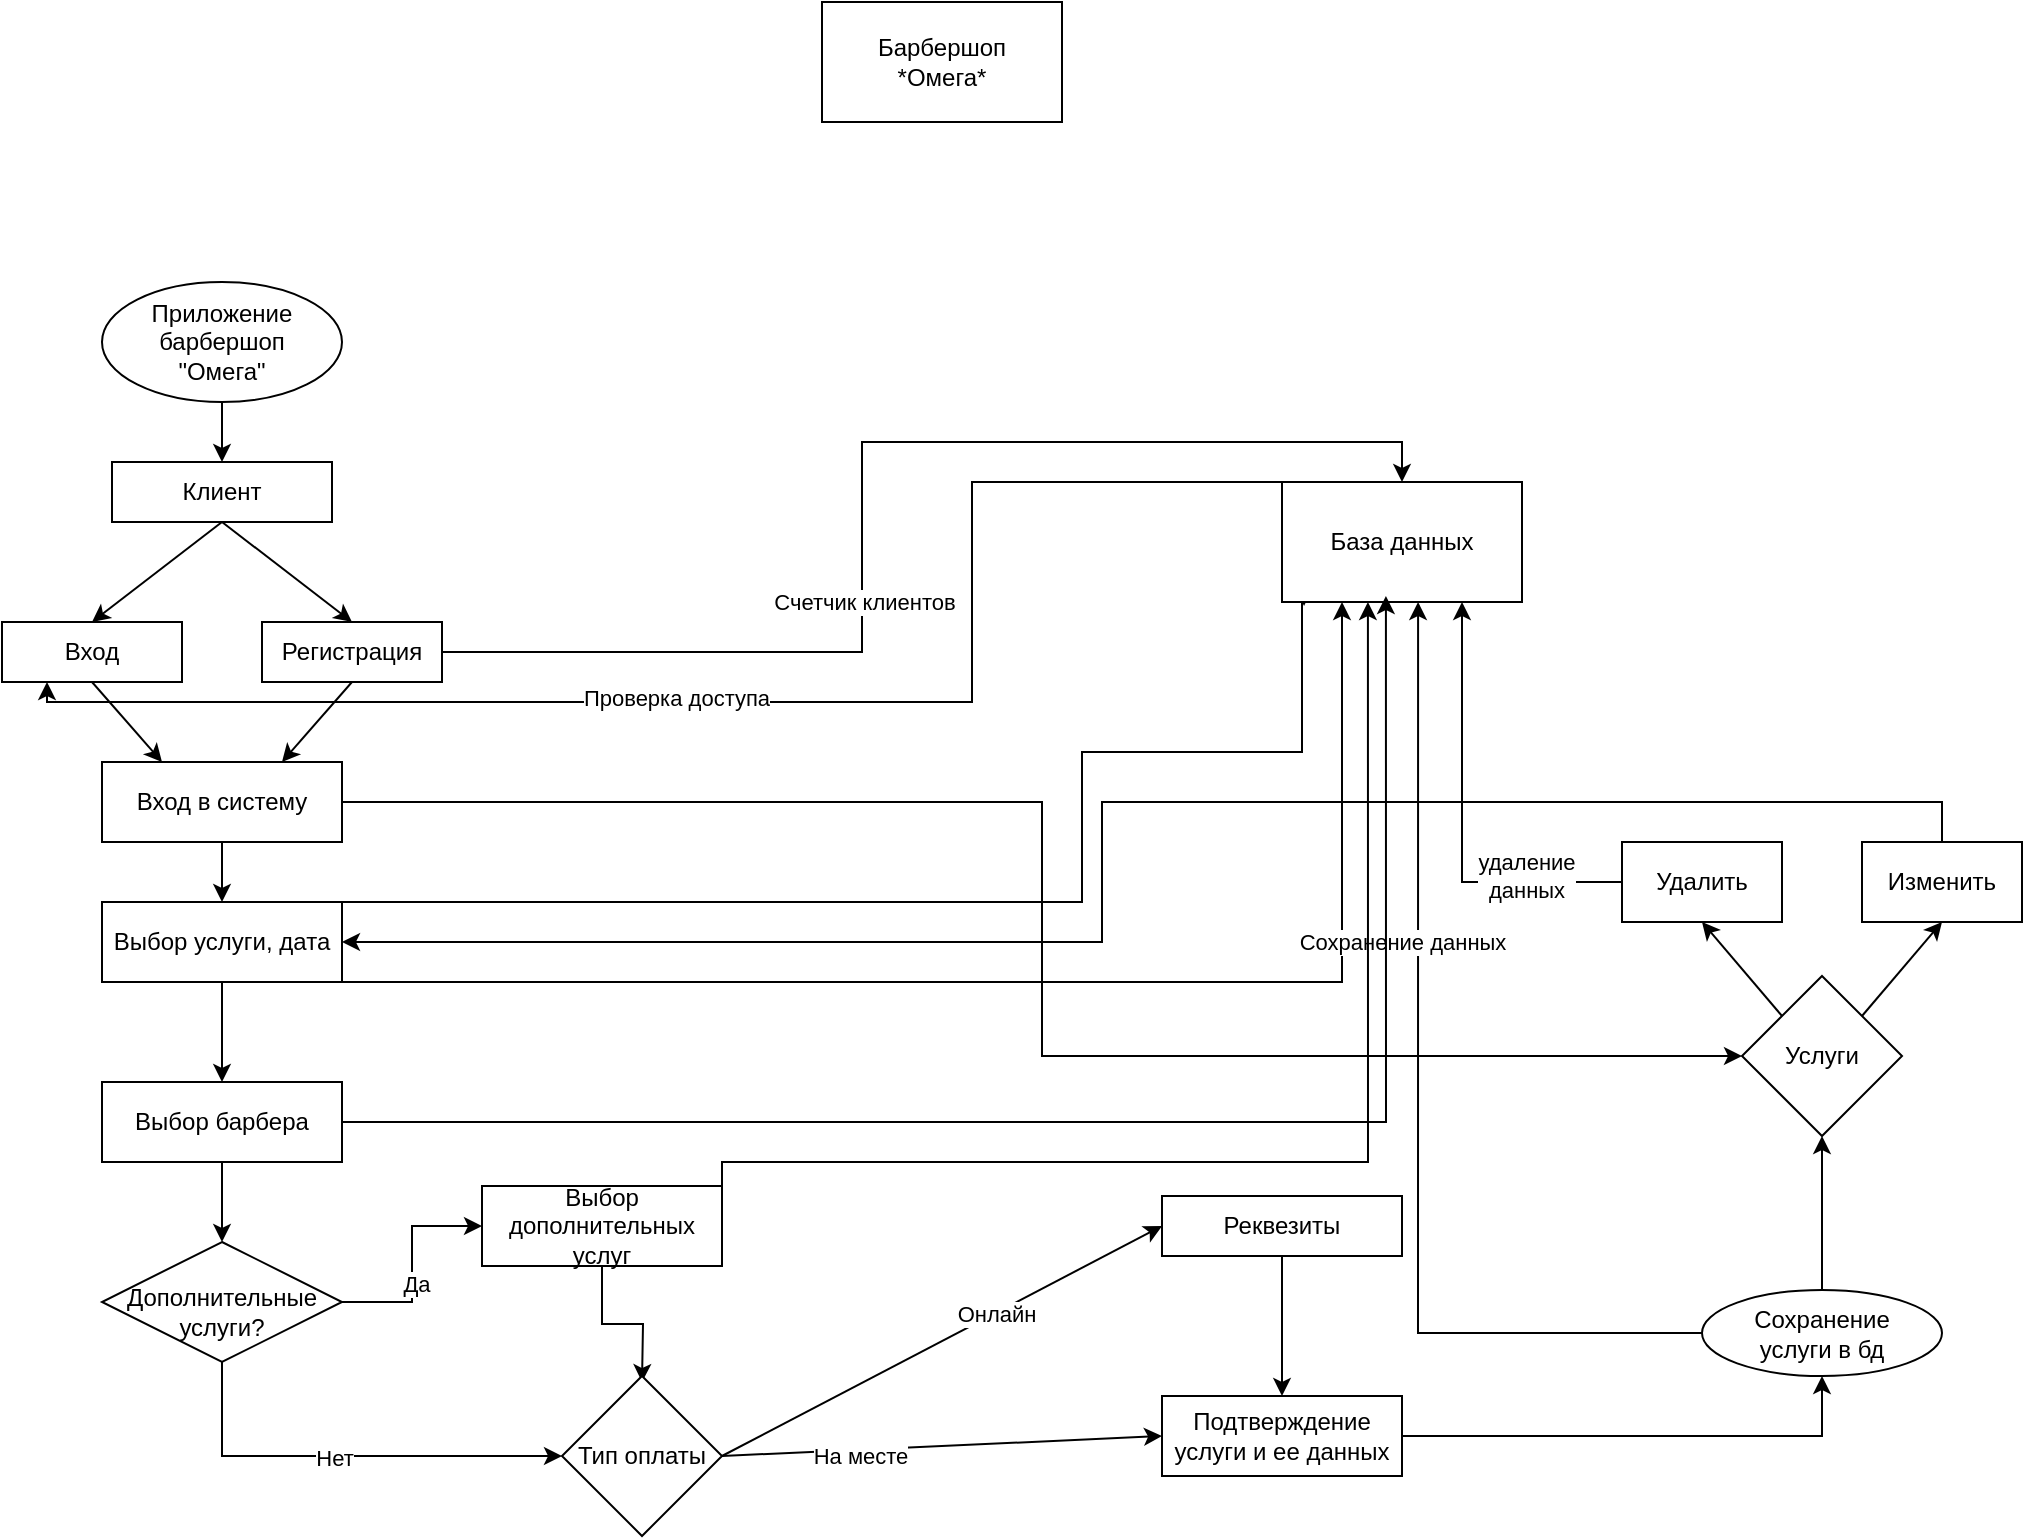
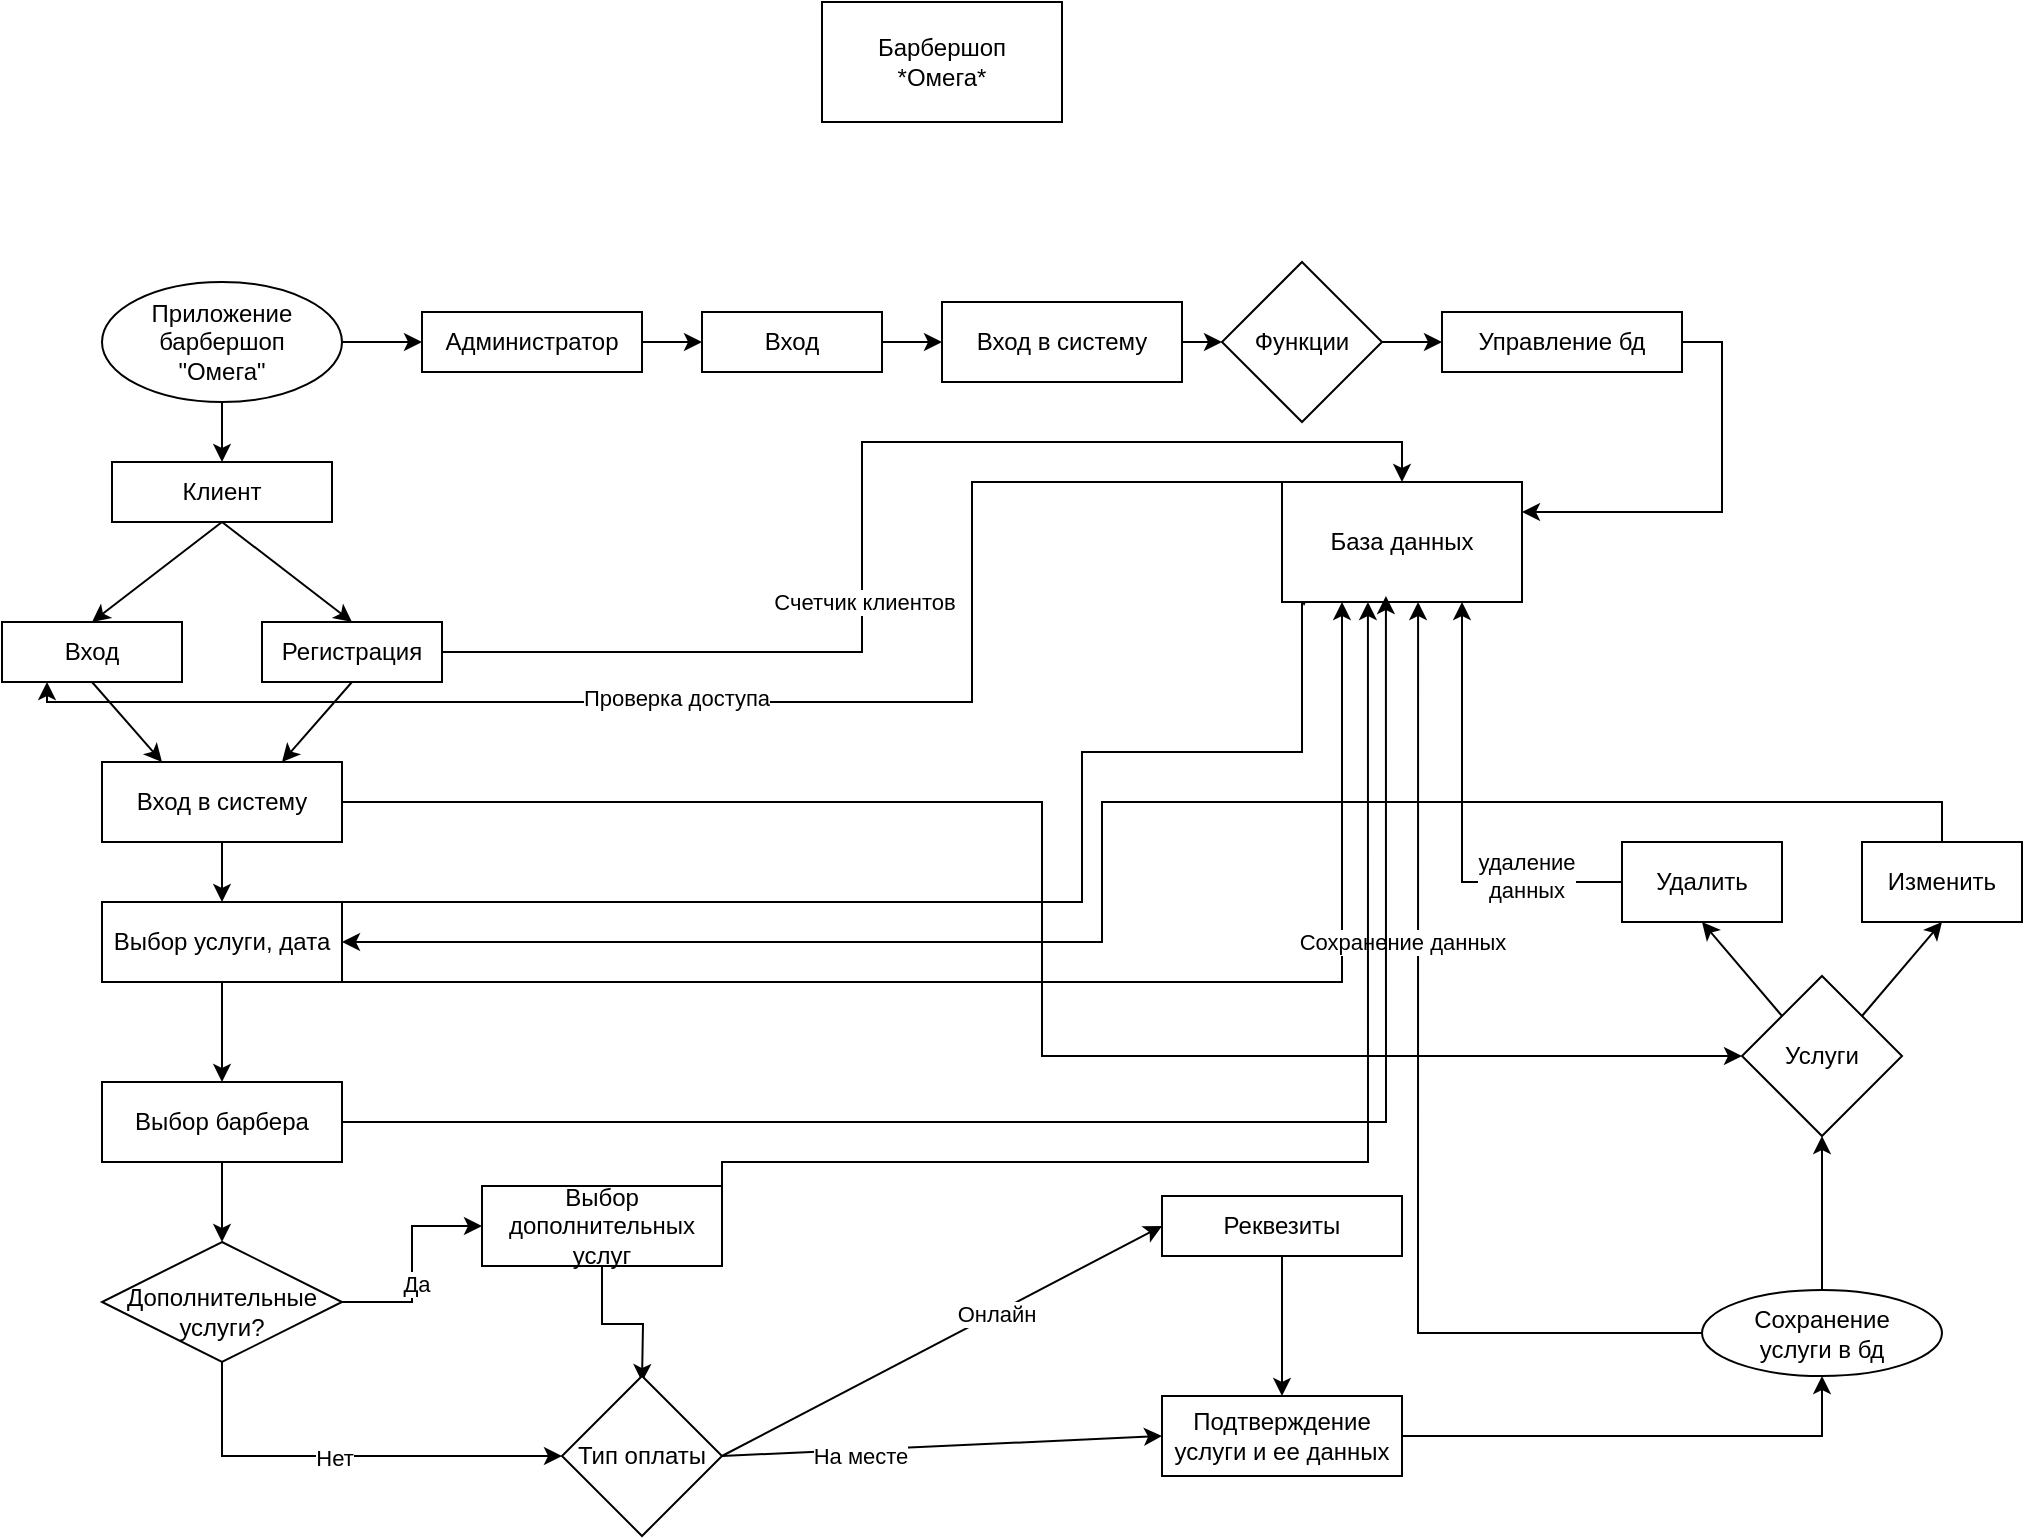
<mxfile host="Electron" agent="Mozilla/5.0 (Windows NT 10.0; Win64; x64) AppleWebKit/537.36 (KHTML, like Gecko) draw.io/24.7.8 Chrome/128.0.6613.36 Electron/32.0.1 Safari/537.36" version="24.7.8">
  <diagram name="Страница — 1" id="UO26m0AJWIRgGGeAvZkc">
    <mxGraphModel dx="1434" dy="844" grid="1" gridSize="10" guides="1" tooltips="1" connect="1" arrows="1" fold="1" page="1" pageScale="1" pageWidth="1169" pageHeight="827" math="0" shadow="0">
      <root>
        <mxCell id="0" />
        <mxCell id="1" parent="0" />
        <mxCell id="AP1ZAnM6FpRF_k96ix5y-1" value="Барбершоп&lt;div&gt;*Омега*&lt;/div&gt;" style="rounded=0;whiteSpace=wrap;html=1;" parent="1" vertex="1">
          <mxGeometry x="480" y="20" width="120" height="60" as="geometry" />
        </mxCell>
        <mxCell id="9wGC_HxI7aEOlroQ4Emy-2" style="edgeStyle=orthogonalEdgeStyle;rounded=0;orthogonalLoop=1;jettySize=auto;html=1;exitX=0.5;exitY=1;exitDx=0;exitDy=0;entryX=0.5;entryY=0;entryDx=0;entryDy=0;" parent="1" source="AP1ZAnM6FpRF_k96ix5y-7" target="9wGC_HxI7aEOlroQ4Emy-1" edge="1">
          <mxGeometry relative="1" as="geometry" />
        </mxCell>
+         <mxCell id="CSa5DygmKqZsGawbY5pS-1" style="edgeStyle=orthogonalEdgeStyle;rounded=0;orthogonalLoop=1;jettySize=auto;html=1;exitX=1;exitY=0.5;exitDx=0;exitDy=0;" edge="1" parent="1" source="AP1ZAnM6FpRF_k96ix5y-7">
+           <mxGeometry relative="1" as="geometry">
+             <mxPoint x="280" y="190" as="targetPoint" />
+           </mxGeometry>
+         </mxCell>
        <mxCell id="AP1ZAnM6FpRF_k96ix5y-7" value="Приложение&lt;div&gt;барбершоп&lt;/div&gt;&lt;div&gt;&quot;Омега&quot;&lt;/div&gt;" style="ellipse;whiteSpace=wrap;html=1;" parent="1" vertex="1">
          <mxGeometry x="120" y="160" width="120" height="60" as="geometry" />
        </mxCell>
        <mxCell id="AP1ZAnM6FpRF_k96ix5y-8" value="" style="endArrow=classic;html=1;rounded=0;exitX=0.5;exitY=1;exitDx=0;exitDy=0;entryX=0.5;entryY=0;entryDx=0;entryDy=0;" parent="1" source="9wGC_HxI7aEOlroQ4Emy-1" target="AP1ZAnM6FpRF_k96ix5y-45" edge="1">
          <mxGeometry width="50" height="50" relative="1" as="geometry">
            <mxPoint x="560" y="350" as="sourcePoint" />
            <mxPoint x="250" y="320" as="targetPoint" />
          </mxGeometry>
        </mxCell>
-         <mxCell id="8yDrBI5wRY__VyQY4MWw-1" style="edgeStyle=orthogonalEdgeStyle;rounded=0;orthogonalLoop=1;jettySize=auto;html=1;exitX=1;exitY=0;exitDx=0;exitDy=0;entryX=0.092;entryY=1.033;entryDx=0;entryDy=0;entryPerimeter=0;" edge="1" parent="1" source="AP1ZAnM6FpRF_k96ix5y-9" target="AP1ZAnM6FpRF_k96ix5y-42">
+         <mxCell id="8yDrBI5wRY__VyQY4MWw-1" style="edgeStyle=orthogonalEdgeStyle;rounded=0;orthogonalLoop=1;jettySize=auto;html=1;exitX=1;exitY=0;exitDx=0;exitDy=0;entryX=0.092;entryY=1.033;entryDx=0;entryDy=0;entryPerimeter=0;" parent="1" source="AP1ZAnM6FpRF_k96ix5y-9" target="AP1ZAnM6FpRF_k96ix5y-42" edge="1">
          <mxGeometry relative="1" as="geometry">
            <Array as="points">
              <mxPoint x="610" y="470" />
              <mxPoint x="610" y="395" />
              <mxPoint x="720" y="395" />
              <mxPoint x="720" y="320" />
              <mxPoint x="721" y="320" />
            </Array>
          </mxGeometry>
        </mxCell>
-         <mxCell id="8yDrBI5wRY__VyQY4MWw-3" style="edgeStyle=orthogonalEdgeStyle;rounded=0;orthogonalLoop=1;jettySize=auto;html=1;exitX=1;exitY=1;exitDx=0;exitDy=0;entryX=0.25;entryY=1;entryDx=0;entryDy=0;" edge="1" parent="1" source="AP1ZAnM6FpRF_k96ix5y-9" target="AP1ZAnM6FpRF_k96ix5y-42">
+         <mxCell id="8yDrBI5wRY__VyQY4MWw-3" style="edgeStyle=orthogonalEdgeStyle;rounded=0;orthogonalLoop=1;jettySize=auto;html=1;exitX=1;exitY=1;exitDx=0;exitDy=0;entryX=0.25;entryY=1;entryDx=0;entryDy=0;" parent="1" source="AP1ZAnM6FpRF_k96ix5y-9" target="AP1ZAnM6FpRF_k96ix5y-42" edge="1">
          <mxGeometry relative="1" as="geometry">
            <Array as="points">
              <mxPoint x="740" y="510" />
            </Array>
          </mxGeometry>
        </mxCell>
        <mxCell id="AP1ZAnM6FpRF_k96ix5y-9" value="Выбор услуги, дата" style="rounded=0;whiteSpace=wrap;html=1;" parent="1" vertex="1">
          <mxGeometry x="120" y="470" width="120" height="40" as="geometry" />
        </mxCell>
        <mxCell id="AP1ZAnM6FpRF_k96ix5y-11" value="" style="endArrow=classic;html=1;rounded=0;exitX=0.5;exitY=1;exitDx=0;exitDy=0;" parent="1" source="AP1ZAnM6FpRF_k96ix5y-9" edge="1">
          <mxGeometry width="50" height="50" relative="1" as="geometry">
            <mxPoint x="560" y="460" as="sourcePoint" />
            <mxPoint x="180" y="560" as="targetPoint" />
          </mxGeometry>
        </mxCell>
        <mxCell id="AP1ZAnM6FpRF_k96ix5y-12" value="Выбор барбера" style="rounded=0;whiteSpace=wrap;html=1;" parent="1" vertex="1">
          <mxGeometry x="120" y="560" width="120" height="40" as="geometry" />
        </mxCell>
        <mxCell id="AP1ZAnM6FpRF_k96ix5y-17" style="edgeStyle=orthogonalEdgeStyle;rounded=0;orthogonalLoop=1;jettySize=auto;html=1;exitX=1;exitY=0.5;exitDx=0;exitDy=0;entryX=0;entryY=0.5;entryDx=0;entryDy=0;" parent="1" source="AP1ZAnM6FpRF_k96ix5y-13" target="AP1ZAnM6FpRF_k96ix5y-15" edge="1">
          <mxGeometry relative="1" as="geometry" />
        </mxCell>
        <mxCell id="AP1ZAnM6FpRF_k96ix5y-19" value="Да" style="edgeLabel;html=1;align=center;verticalAlign=middle;resizable=0;points=[];" parent="AP1ZAnM6FpRF_k96ix5y-17" vertex="1" connectable="0">
          <mxGeometry x="-0.1778" y="-2" relative="1" as="geometry">
            <mxPoint as="offset" />
          </mxGeometry>
        </mxCell>
        <mxCell id="AP1ZAnM6FpRF_k96ix5y-18" style="edgeStyle=orthogonalEdgeStyle;rounded=0;orthogonalLoop=1;jettySize=auto;html=1;exitX=0.5;exitY=1;exitDx=0;exitDy=0;entryX=0;entryY=0.5;entryDx=0;entryDy=0;" parent="1" source="AP1ZAnM6FpRF_k96ix5y-13" target="AP1ZAnM6FpRF_k96ix5y-34" edge="1">
          <mxGeometry relative="1" as="geometry">
            <mxPoint x="300" y="808" as="targetPoint" />
          </mxGeometry>
        </mxCell>
        <mxCell id="AP1ZAnM6FpRF_k96ix5y-20" value="Нет" style="edgeLabel;html=1;align=center;verticalAlign=middle;resizable=0;points=[];" parent="AP1ZAnM6FpRF_k96ix5y-18" vertex="1" connectable="0">
          <mxGeometry x="-0.05" y="-1" relative="1" as="geometry">
            <mxPoint as="offset" />
          </mxGeometry>
        </mxCell>
        <mxCell id="AP1ZAnM6FpRF_k96ix5y-13" value="Дополнительные&lt;div&gt;услуги?&lt;/div&gt;" style="rhombus;whiteSpace=wrap;html=1;spacingBottom=-9;" parent="1" vertex="1">
          <mxGeometry x="120" y="640" width="120" height="60" as="geometry" />
        </mxCell>
        <mxCell id="AP1ZAnM6FpRF_k96ix5y-14" value="" style="endArrow=classic;html=1;rounded=0;exitX=0.5;exitY=1;exitDx=0;exitDy=0;entryX=0.5;entryY=0;entryDx=0;entryDy=0;" parent="1" source="AP1ZAnM6FpRF_k96ix5y-12" target="AP1ZAnM6FpRF_k96ix5y-13" edge="1">
          <mxGeometry width="50" height="50" relative="1" as="geometry">
            <mxPoint x="440" y="460" as="sourcePoint" />
            <mxPoint x="490" y="410" as="targetPoint" />
          </mxGeometry>
        </mxCell>
        <mxCell id="AP1ZAnM6FpRF_k96ix5y-22" style="edgeStyle=orthogonalEdgeStyle;rounded=0;orthogonalLoop=1;jettySize=auto;html=1;exitX=0.5;exitY=1;exitDx=0;exitDy=0;" parent="1" source="AP1ZAnM6FpRF_k96ix5y-15" edge="1">
          <mxGeometry relative="1" as="geometry">
            <mxPoint x="390" y="710" as="targetPoint" />
          </mxGeometry>
        </mxCell>
        <mxCell id="AP1ZAnM6FpRF_k96ix5y-15" value="Выбор дополнительных услуг" style="rounded=0;whiteSpace=wrap;html=1;" parent="1" vertex="1">
          <mxGeometry x="310" y="612" width="120" height="40" as="geometry" />
        </mxCell>
        <mxCell id="AP1ZAnM6FpRF_k96ix5y-71" style="edgeStyle=orthogonalEdgeStyle;rounded=0;orthogonalLoop=1;jettySize=auto;html=1;exitX=0.5;exitY=1;exitDx=0;exitDy=0;entryX=0.5;entryY=0;entryDx=0;entryDy=0;" parent="1" source="AP1ZAnM6FpRF_k96ix5y-16" target="AP1ZAnM6FpRF_k96ix5y-9" edge="1">
          <mxGeometry relative="1" as="geometry" />
        </mxCell>
-         <mxCell id="8yDrBI5wRY__VyQY4MWw-5" style="edgeStyle=orthogonalEdgeStyle;rounded=0;orthogonalLoop=1;jettySize=auto;html=1;exitX=1;exitY=0.5;exitDx=0;exitDy=0;entryX=0;entryY=0.5;entryDx=0;entryDy=0;" edge="1" parent="1" source="AP1ZAnM6FpRF_k96ix5y-16" target="AP1ZAnM6FpRF_k96ix5y-62">
+         <mxCell id="8yDrBI5wRY__VyQY4MWw-5" style="edgeStyle=orthogonalEdgeStyle;rounded=0;orthogonalLoop=1;jettySize=auto;html=1;exitX=1;exitY=0.5;exitDx=0;exitDy=0;entryX=0;entryY=0.5;entryDx=0;entryDy=0;" parent="1" source="AP1ZAnM6FpRF_k96ix5y-16" target="AP1ZAnM6FpRF_k96ix5y-62" edge="1">
          <mxGeometry relative="1" as="geometry" />
        </mxCell>
        <mxCell id="AP1ZAnM6FpRF_k96ix5y-16" value="Вход в систему" style="rounded=0;whiteSpace=wrap;html=1;" parent="1" vertex="1">
          <mxGeometry x="120" y="400" width="120" height="40" as="geometry" />
        </mxCell>
        <mxCell id="AP1ZAnM6FpRF_k96ix5y-34" value="Тип оплаты" style="rhombus;whiteSpace=wrap;html=1;" parent="1" vertex="1">
          <mxGeometry x="350" y="707" width="80" height="80" as="geometry" />
        </mxCell>
        <mxCell id="AP1ZAnM6FpRF_k96ix5y-35" value="Реквезиты" style="rounded=0;whiteSpace=wrap;html=1;" parent="1" vertex="1">
          <mxGeometry x="650" y="617" width="120" height="30" as="geometry" />
        </mxCell>
        <mxCell id="AP1ZAnM6FpRF_k96ix5y-36" value="" style="endArrow=classic;html=1;rounded=0;entryX=0;entryY=0.5;entryDx=0;entryDy=0;exitX=1;exitY=0.5;exitDx=0;exitDy=0;" parent="1" source="AP1ZAnM6FpRF_k96ix5y-34" target="AP1ZAnM6FpRF_k96ix5y-35" edge="1">
          <mxGeometry width="50" height="50" relative="1" as="geometry">
            <mxPoint x="560" y="717" as="sourcePoint" />
            <mxPoint x="610" y="667" as="targetPoint" />
          </mxGeometry>
        </mxCell>
        <mxCell id="AP1ZAnM6FpRF_k96ix5y-37" value="Онлайн" style="edgeLabel;html=1;align=center;verticalAlign=middle;resizable=0;points=[];" parent="AP1ZAnM6FpRF_k96ix5y-36" vertex="1" connectable="0">
          <mxGeometry x="0.2456" relative="1" as="geometry">
            <mxPoint as="offset" />
          </mxGeometry>
        </mxCell>
        <mxCell id="AP1ZAnM6FpRF_k96ix5y-38" value="" style="endArrow=classic;html=1;rounded=0;exitX=1;exitY=0.5;exitDx=0;exitDy=0;entryX=0;entryY=0.5;entryDx=0;entryDy=0;" parent="1" source="AP1ZAnM6FpRF_k96ix5y-34" target="AP1ZAnM6FpRF_k96ix5y-39" edge="1">
          <mxGeometry width="50" height="50" relative="1" as="geometry">
            <mxPoint x="590" y="767" as="sourcePoint" />
            <mxPoint x="610" y="747" as="targetPoint" />
          </mxGeometry>
        </mxCell>
        <mxCell id="AP1ZAnM6FpRF_k96ix5y-40" value="На месте" style="edgeLabel;html=1;align=center;verticalAlign=middle;resizable=0;points=[];" parent="AP1ZAnM6FpRF_k96ix5y-38" vertex="1" connectable="0">
          <mxGeometry x="-0.3765" y="-3" relative="1" as="geometry">
            <mxPoint as="offset" />
          </mxGeometry>
        </mxCell>
        <mxCell id="AP1ZAnM6FpRF_k96ix5y-52" style="edgeStyle=orthogonalEdgeStyle;rounded=0;orthogonalLoop=1;jettySize=auto;html=1;exitX=1;exitY=0.5;exitDx=0;exitDy=0;entryX=0.5;entryY=1;entryDx=0;entryDy=0;" parent="1" source="AP1ZAnM6FpRF_k96ix5y-39" target="AP1ZAnM6FpRF_k96ix5y-51" edge="1">
          <mxGeometry relative="1" as="geometry" />
        </mxCell>
        <mxCell id="AP1ZAnM6FpRF_k96ix5y-39" value="Подтверждение&lt;div&gt;услуги и ее данных&lt;/div&gt;" style="rounded=0;whiteSpace=wrap;html=1;" parent="1" vertex="1">
          <mxGeometry x="650" y="717" width="120" height="40" as="geometry" />
        </mxCell>
        <mxCell id="AP1ZAnM6FpRF_k96ix5y-41" value="" style="endArrow=classic;html=1;rounded=0;exitX=0.5;exitY=1;exitDx=0;exitDy=0;entryX=0.5;entryY=0;entryDx=0;entryDy=0;" parent="1" source="AP1ZAnM6FpRF_k96ix5y-35" target="AP1ZAnM6FpRF_k96ix5y-39" edge="1">
          <mxGeometry width="50" height="50" relative="1" as="geometry">
            <mxPoint x="430" y="587" as="sourcePoint" />
            <mxPoint x="480" y="537" as="targetPoint" />
          </mxGeometry>
        </mxCell>
        <mxCell id="AP1ZAnM6FpRF_k96ix5y-50" style="edgeStyle=orthogonalEdgeStyle;rounded=0;orthogonalLoop=1;jettySize=auto;html=1;exitX=0.25;exitY=0;exitDx=0;exitDy=0;entryX=0.25;entryY=1;entryDx=0;entryDy=0;" parent="1" source="AP1ZAnM6FpRF_k96ix5y-42" target="AP1ZAnM6FpRF_k96ix5y-45" edge="1">
          <mxGeometry relative="1" as="geometry">
            <Array as="points">
              <mxPoint x="555" y="370" />
              <mxPoint x="93" y="370" />
            </Array>
          </mxGeometry>
        </mxCell>
        <mxCell id="AP1ZAnM6FpRF_k96ix5y-66" value="Проверка доступа" style="edgeLabel;html=1;align=center;verticalAlign=middle;resizable=0;points=[];" parent="AP1ZAnM6FpRF_k96ix5y-50" vertex="1" connectable="0">
          <mxGeometry x="0.1544" y="-2" relative="1" as="geometry">
            <mxPoint as="offset" />
          </mxGeometry>
        </mxCell>
        <mxCell id="AP1ZAnM6FpRF_k96ix5y-42" value="База данных" style="rounded=0;whiteSpace=wrap;html=1;" parent="1" vertex="1">
          <mxGeometry x="710" y="260" width="120" height="60" as="geometry" />
        </mxCell>
        <mxCell id="AP1ZAnM6FpRF_k96ix5y-45" value="Вход" style="rounded=0;whiteSpace=wrap;html=1;" parent="1" vertex="1">
          <mxGeometry x="70" y="330" width="90" height="30" as="geometry" />
        </mxCell>
        <mxCell id="AP1ZAnM6FpRF_k96ix5y-48" style="edgeStyle=orthogonalEdgeStyle;rounded=0;orthogonalLoop=1;jettySize=auto;html=1;exitX=1;exitY=0.5;exitDx=0;exitDy=0;entryX=0.5;entryY=0;entryDx=0;entryDy=0;" parent="1" source="AP1ZAnM6FpRF_k96ix5y-46" target="AP1ZAnM6FpRF_k96ix5y-42" edge="1">
          <mxGeometry relative="1" as="geometry" />
        </mxCell>
        <mxCell id="AP1ZAnM6FpRF_k96ix5y-67" value="Счетчик клиентов" style="edgeLabel;html=1;align=center;verticalAlign=middle;resizable=0;points=[];" parent="AP1ZAnM6FpRF_k96ix5y-48" vertex="1" connectable="0">
          <mxGeometry x="-0.2231" y="-1" relative="1" as="geometry">
            <mxPoint as="offset" />
          </mxGeometry>
        </mxCell>
        <mxCell id="AP1ZAnM6FpRF_k96ix5y-46" value="Регистрация" style="rounded=0;whiteSpace=wrap;html=1;" parent="1" vertex="1">
          <mxGeometry x="200" y="330" width="90" height="30" as="geometry" />
        </mxCell>
        <mxCell id="AP1ZAnM6FpRF_k96ix5y-47" value="" style="endArrow=classic;html=1;rounded=0;entryX=0.5;entryY=0;entryDx=0;entryDy=0;exitX=0.5;exitY=1;exitDx=0;exitDy=0;" parent="1" source="9wGC_HxI7aEOlroQ4Emy-1" target="AP1ZAnM6FpRF_k96ix5y-46" edge="1">
          <mxGeometry width="50" height="50" relative="1" as="geometry">
            <mxPoint x="540" y="550" as="sourcePoint" />
            <mxPoint x="590" y="500" as="targetPoint" />
          </mxGeometry>
        </mxCell>
        <mxCell id="AP1ZAnM6FpRF_k96ix5y-49" value="" style="endArrow=classic;html=1;rounded=0;exitX=0.5;exitY=1;exitDx=0;exitDy=0;entryX=0.75;entryY=0;entryDx=0;entryDy=0;" parent="1" source="AP1ZAnM6FpRF_k96ix5y-46" target="AP1ZAnM6FpRF_k96ix5y-16" edge="1">
          <mxGeometry width="50" height="50" relative="1" as="geometry">
            <mxPoint x="350" y="500" as="sourcePoint" />
            <mxPoint x="400" y="450" as="targetPoint" />
          </mxGeometry>
        </mxCell>
        <mxCell id="AP1ZAnM6FpRF_k96ix5y-51" value="Сохранение&lt;div&gt;услуги в бд&lt;/div&gt;" style="ellipse;whiteSpace=wrap;html=1;" parent="1" vertex="1">
          <mxGeometry x="920" y="664" width="120" height="43" as="geometry" />
        </mxCell>
        <mxCell id="AP1ZAnM6FpRF_k96ix5y-54" value="" style="endArrow=classic;html=1;rounded=0;exitX=0.5;exitY=1;exitDx=0;exitDy=0;entryX=0.25;entryY=0;entryDx=0;entryDy=0;" parent="1" source="AP1ZAnM6FpRF_k96ix5y-45" target="AP1ZAnM6FpRF_k96ix5y-16" edge="1">
          <mxGeometry width="50" height="50" relative="1" as="geometry">
            <mxPoint x="350" y="500" as="sourcePoint" />
            <mxPoint x="400" y="450" as="targetPoint" />
          </mxGeometry>
        </mxCell>
        <mxCell id="AP1ZAnM6FpRF_k96ix5y-64" style="edgeStyle=orthogonalEdgeStyle;rounded=0;orthogonalLoop=1;jettySize=auto;html=1;exitX=0.5;exitY=0;exitDx=0;exitDy=0;entryX=1;entryY=0.5;entryDx=0;entryDy=0;" parent="1" source="AP1ZAnM6FpRF_k96ix5y-56" target="AP1ZAnM6FpRF_k96ix5y-9" edge="1">
          <mxGeometry relative="1" as="geometry" />
        </mxCell>
        <mxCell id="AP1ZAnM6FpRF_k96ix5y-56" value="Изменить" style="rounded=0;whiteSpace=wrap;html=1;" parent="1" vertex="1">
          <mxGeometry x="1000" y="440" width="80" height="40" as="geometry" />
        </mxCell>
        <mxCell id="AP1ZAnM6FpRF_k96ix5y-61" style="edgeStyle=orthogonalEdgeStyle;rounded=0;orthogonalLoop=1;jettySize=auto;html=1;exitX=0;exitY=0.5;exitDx=0;exitDy=0;entryX=0.75;entryY=1;entryDx=0;entryDy=0;" parent="1" source="AP1ZAnM6FpRF_k96ix5y-57" target="AP1ZAnM6FpRF_k96ix5y-42" edge="1">
          <mxGeometry relative="1" as="geometry" />
        </mxCell>
        <mxCell id="AP1ZAnM6FpRF_k96ix5y-70" value="удаление&lt;div&gt;данных&lt;/div&gt;" style="edgeLabel;html=1;align=center;verticalAlign=middle;resizable=0;points=[];" parent="AP1ZAnM6FpRF_k96ix5y-61" vertex="1" connectable="0">
          <mxGeometry x="-0.5636" y="-3" relative="1" as="geometry">
            <mxPoint as="offset" />
          </mxGeometry>
        </mxCell>
        <mxCell id="AP1ZAnM6FpRF_k96ix5y-57" value="Удалить" style="rounded=0;whiteSpace=wrap;html=1;" parent="1" vertex="1">
          <mxGeometry x="880" y="440" width="80" height="40" as="geometry" />
        </mxCell>
        <mxCell id="AP1ZAnM6FpRF_k96ix5y-58" value="" style="endArrow=classic;html=1;rounded=0;exitX=1;exitY=0;exitDx=0;exitDy=0;entryX=0.5;entryY=1;entryDx=0;entryDy=0;" parent="1" source="AP1ZAnM6FpRF_k96ix5y-62" target="AP1ZAnM6FpRF_k96ix5y-56" edge="1">
          <mxGeometry width="50" height="50" relative="1" as="geometry">
            <mxPoint x="950" y="547" as="sourcePoint" />
            <mxPoint x="1000" y="497" as="targetPoint" />
          </mxGeometry>
        </mxCell>
        <mxCell id="AP1ZAnM6FpRF_k96ix5y-59" value="" style="endArrow=classic;html=1;rounded=0;exitX=0;exitY=0;exitDx=0;exitDy=0;entryX=0.5;entryY=1;entryDx=0;entryDy=0;" parent="1" source="AP1ZAnM6FpRF_k96ix5y-62" target="AP1ZAnM6FpRF_k96ix5y-57" edge="1">
          <mxGeometry width="50" height="50" relative="1" as="geometry">
            <mxPoint x="990" y="614" as="sourcePoint" />
            <mxPoint x="1050" y="557" as="targetPoint" />
          </mxGeometry>
        </mxCell>
        <mxCell id="AP1ZAnM6FpRF_k96ix5y-60" style="edgeStyle=orthogonalEdgeStyle;rounded=0;orthogonalLoop=1;jettySize=auto;html=1;exitX=0;exitY=0.5;exitDx=0;exitDy=0;entryX=0.567;entryY=1;entryDx=0;entryDy=0;entryPerimeter=0;" parent="1" source="AP1ZAnM6FpRF_k96ix5y-51" target="AP1ZAnM6FpRF_k96ix5y-42" edge="1">
          <mxGeometry relative="1" as="geometry" />
        </mxCell>
        <mxCell id="AP1ZAnM6FpRF_k96ix5y-68" value="Сохранение данных" style="edgeLabel;html=1;align=center;verticalAlign=middle;resizable=0;points=[];" parent="AP1ZAnM6FpRF_k96ix5y-60" vertex="1" connectable="0">
          <mxGeometry x="0.2788" y="2" relative="1" as="geometry">
            <mxPoint x="-6" y="-13" as="offset" />
          </mxGeometry>
        </mxCell>
        <mxCell id="AP1ZAnM6FpRF_k96ix5y-62" value="Услуги" style="rhombus;whiteSpace=wrap;html=1;" parent="1" vertex="1">
          <mxGeometry x="940" y="507" width="80" height="80" as="geometry" />
        </mxCell>
        <mxCell id="AP1ZAnM6FpRF_k96ix5y-63" value="" style="endArrow=classic;html=1;rounded=0;exitX=0.5;exitY=0;exitDx=0;exitDy=0;entryX=0.5;entryY=1;entryDx=0;entryDy=0;" parent="1" source="AP1ZAnM6FpRF_k96ix5y-51" target="AP1ZAnM6FpRF_k96ix5y-62" edge="1">
          <mxGeometry width="50" height="50" relative="1" as="geometry">
            <mxPoint x="830" y="510" as="sourcePoint" />
            <mxPoint x="880" y="460" as="targetPoint" />
          </mxGeometry>
        </mxCell>
        <mxCell id="9wGC_HxI7aEOlroQ4Emy-1" value="Клиент" style="rounded=0;whiteSpace=wrap;html=1;" parent="1" vertex="1">
          <mxGeometry x="125" y="250" width="110" height="30" as="geometry" />
        </mxCell>
-         <mxCell id="8yDrBI5wRY__VyQY4MWw-2" style="edgeStyle=orthogonalEdgeStyle;rounded=0;orthogonalLoop=1;jettySize=auto;html=1;exitX=1;exitY=0.5;exitDx=0;exitDy=0;entryX=0.433;entryY=0.95;entryDx=0;entryDy=0;entryPerimeter=0;" edge="1" parent="1" source="AP1ZAnM6FpRF_k96ix5y-12" target="AP1ZAnM6FpRF_k96ix5y-42">
-           <mxGeometry relative="1" as="geometry" />
-         </mxCell>
-         <mxCell id="8yDrBI5wRY__VyQY4MWw-4" style="edgeStyle=orthogonalEdgeStyle;rounded=0;orthogonalLoop=1;jettySize=auto;html=1;exitX=1;exitY=0.25;exitDx=0;exitDy=0;entryX=0.358;entryY=1;entryDx=0;entryDy=0;entryPerimeter=0;" edge="1" parent="1" source="AP1ZAnM6FpRF_k96ix5y-15" target="AP1ZAnM6FpRF_k96ix5y-42">
+         <mxCell id="8yDrBI5wRY__VyQY4MWw-2" style="edgeStyle=orthogonalEdgeStyle;rounded=0;orthogonalLoop=1;jettySize=auto;html=1;exitX=1;exitY=0.5;exitDx=0;exitDy=0;entryX=0.433;entryY=0.95;entryDx=0;entryDy=0;entryPerimeter=0;" parent="1" source="AP1ZAnM6FpRF_k96ix5y-12" target="AP1ZAnM6FpRF_k96ix5y-42" edge="1">
+           <mxGeometry relative="1" as="geometry" />
+         </mxCell>
+         <mxCell id="8yDrBI5wRY__VyQY4MWw-4" style="edgeStyle=orthogonalEdgeStyle;rounded=0;orthogonalLoop=1;jettySize=auto;html=1;exitX=1;exitY=0.25;exitDx=0;exitDy=0;entryX=0.358;entryY=1;entryDx=0;entryDy=0;entryPerimeter=0;" parent="1" source="AP1ZAnM6FpRF_k96ix5y-15" target="AP1ZAnM6FpRF_k96ix5y-42" edge="1">
          <mxGeometry relative="1" as="geometry">
            <Array as="points">
              <mxPoint x="430" y="600" />
              <mxPoint x="753" y="600" />
            </Array>
+           </mxGeometry>
+         </mxCell>
+         <mxCell id="CSa5DygmKqZsGawbY5pS-2" value="Администратор" style="rounded=0;whiteSpace=wrap;html=1;" vertex="1" parent="1">
+           <mxGeometry x="280" y="175" width="110" height="30" as="geometry" />
+         </mxCell>
+         <mxCell id="CSa5DygmKqZsGawbY5pS-7" style="edgeStyle=orthogonalEdgeStyle;rounded=0;orthogonalLoop=1;jettySize=auto;html=1;exitX=1;exitY=0.5;exitDx=0;exitDy=0;entryX=0;entryY=0.5;entryDx=0;entryDy=0;" edge="1" parent="1" source="CSa5DygmKqZsGawbY5pS-3" target="CSa5DygmKqZsGawbY5pS-6">
+           <mxGeometry relative="1" as="geometry" />
+         </mxCell>
+         <mxCell id="CSa5DygmKqZsGawbY5pS-3" value="Вход" style="rounded=0;whiteSpace=wrap;html=1;" vertex="1" parent="1">
+           <mxGeometry x="420" y="175" width="90" height="30" as="geometry" />
+         </mxCell>
+         <mxCell id="CSa5DygmKqZsGawbY5pS-5" value="" style="endArrow=classic;html=1;rounded=0;entryX=0;entryY=0.5;entryDx=0;entryDy=0;exitX=1;exitY=0.5;exitDx=0;exitDy=0;" edge="1" parent="1" source="CSa5DygmKqZsGawbY5pS-2" target="CSa5DygmKqZsGawbY5pS-3">
+           <mxGeometry width="50" height="50" relative="1" as="geometry">
+             <mxPoint x="190" y="290" as="sourcePoint" />
+             <mxPoint x="255" y="340" as="targetPoint" />
+           </mxGeometry>
+         </mxCell>
+         <mxCell id="CSa5DygmKqZsGawbY5pS-9" style="edgeStyle=orthogonalEdgeStyle;rounded=0;orthogonalLoop=1;jettySize=auto;html=1;exitX=1;exitY=0.5;exitDx=0;exitDy=0;entryX=0;entryY=0.5;entryDx=0;entryDy=0;" edge="1" parent="1" source="CSa5DygmKqZsGawbY5pS-6" target="CSa5DygmKqZsGawbY5pS-8">
+           <mxGeometry relative="1" as="geometry" />
+         </mxCell>
+         <mxCell id="CSa5DygmKqZsGawbY5pS-6" value="Вход в систему" style="rounded=0;whiteSpace=wrap;html=1;" vertex="1" parent="1">
+           <mxGeometry x="540" y="170" width="120" height="40" as="geometry" />
+         </mxCell>
+         <mxCell id="CSa5DygmKqZsGawbY5pS-8" value="Функции" style="rhombus;whiteSpace=wrap;html=1;" vertex="1" parent="1">
+           <mxGeometry x="680" y="150" width="80" height="80" as="geometry" />
+         </mxCell>
+         <mxCell id="CSa5DygmKqZsGawbY5pS-16" style="edgeStyle=orthogonalEdgeStyle;rounded=0;orthogonalLoop=1;jettySize=auto;html=1;exitX=1;exitY=0.5;exitDx=0;exitDy=0;entryX=1;entryY=0.25;entryDx=0;entryDy=0;" edge="1" parent="1" source="CSa5DygmKqZsGawbY5pS-10" target="AP1ZAnM6FpRF_k96ix5y-42">
+           <mxGeometry relative="1" as="geometry" />
+         </mxCell>
+         <mxCell id="CSa5DygmKqZsGawbY5pS-10" value="Управление бд" style="rounded=0;whiteSpace=wrap;html=1;" vertex="1" parent="1">
+           <mxGeometry x="790" y="175" width="120" height="30" as="geometry" />
+         </mxCell>
+         <mxCell id="CSa5DygmKqZsGawbY5pS-13" value="" style="endArrow=classic;html=1;rounded=0;exitX=1;exitY=0.5;exitDx=0;exitDy=0;entryX=0;entryY=0.5;entryDx=0;entryDy=0;" edge="1" parent="1" source="CSa5DygmKqZsGawbY5pS-8" target="CSa5DygmKqZsGawbY5pS-10">
+           <mxGeometry width="50" height="50" relative="1" as="geometry">
+             <mxPoint x="730" y="110" as="sourcePoint" />
+             <mxPoint x="780" y="60" as="targetPoint" />
          </mxGeometry>
        </mxCell>
      </root>
    </mxGraphModel>
  </diagram>
</mxfile>
